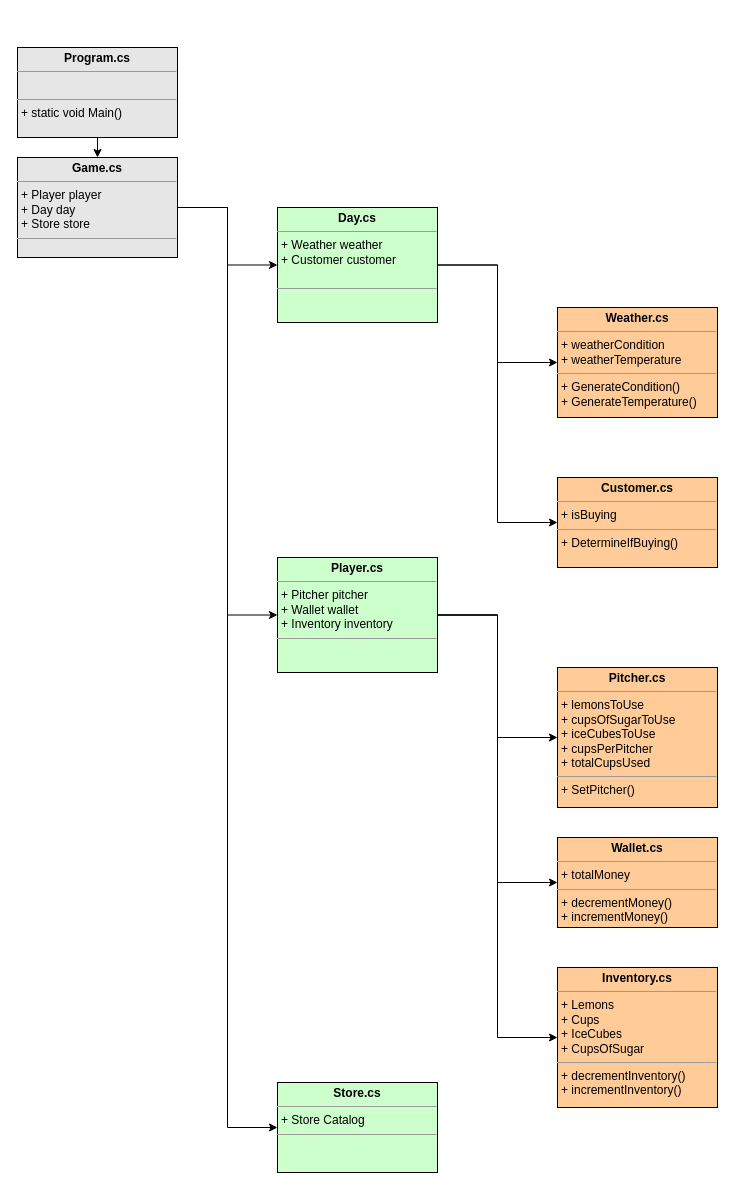
jtbowles/_lemonade_Stand keeps this draw.io diagram as lemonade_Stand_UML.drawio. Above is the earlier version. Source tidied: cells renumbered, new cells numbered last; positions are measured from the earlier drawing's top-left corner, leaving out a move shared by most shapes. Both pictures are drawn from the tidied source at 100%, with x=0, y=0 at pixel (17, 47).
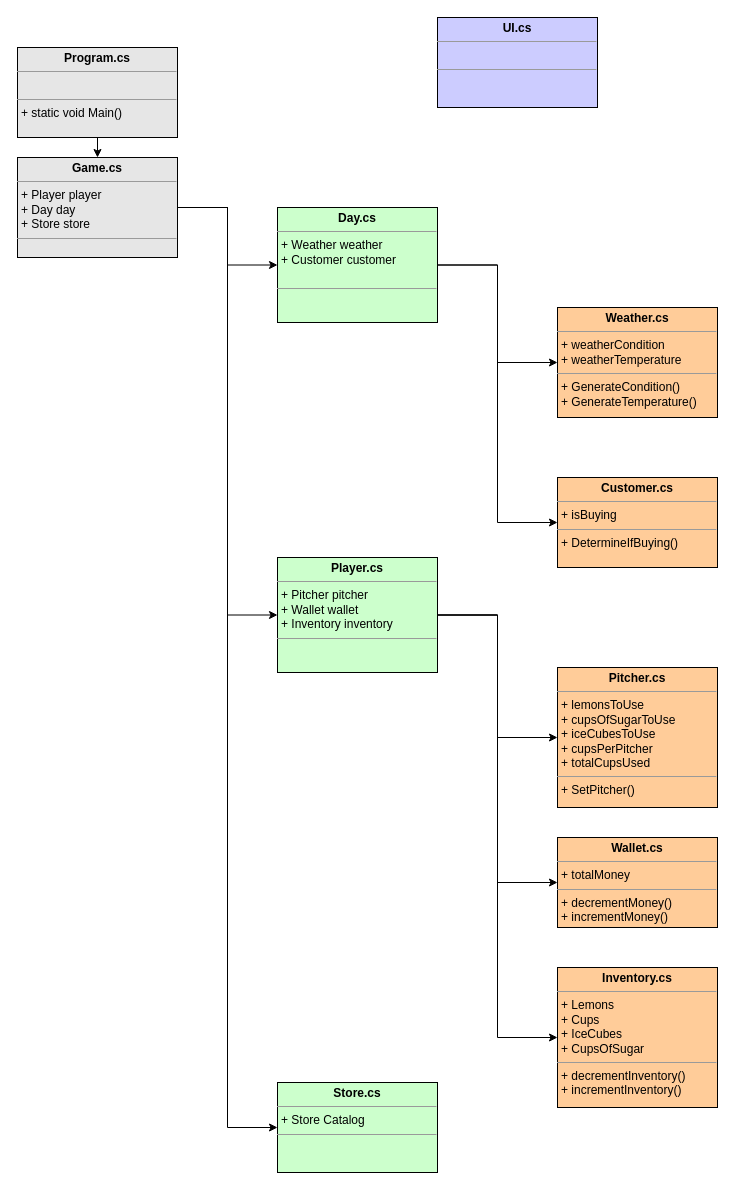
The same diagram, later.

Diff of the diagram source:
```diff
@@
+    <mxCell id="21" value="&lt;p style=&quot;margin: 0px ; margin-top: 4px ; text-align: center&quot;&gt;&lt;b&gt;UI.cs&lt;/b&gt;&lt;/p&gt;&lt;hr size=&quot;1&quot;&gt;&lt;p style=&quot;margin: 0px ; margin-left: 4px&quot;&gt;&lt;br&gt;&lt;/p&gt;&lt;hr size=&quot;1&quot;&gt;&lt;p style=&quot;margin: 0px ; margin-left: 4px&quot;&gt;&lt;br&gt;&lt;/p&gt;" style="verticalAlign=top;align=left;overflow=fill;fontSize=12;fontFamily=Helvetica;html=1;fillColor=#CCCCFF;" parent="1" vertex="1">
+      <mxGeometry x="420" y="-30" width="160" height="90" as="geometry" />
+    </mxCell>
```
